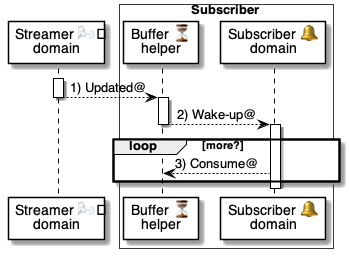
Above: 5 ⏩ Flows/78  🌬️⏩ Streamers/⚙️🌬️ Ingest.png in pollyweb-org/pollyweb-docs (PlantUML), before the change. Its source is kept beside it as 5 ⏩ Flows/78  🌬️⏩ Streamers/⚙️🌬️ Ingest.puml. The source it was exported from:
```plantuml
@startuml Subscribe

participant "Streamer 🌬️\ndomain" as streamer

box Subscriber #FFFFFF
    participant "Buffer ⏳\nhelper" as buffer
    participant "Subscriber 🔔\ndomain" as domain
end box


activate streamer
    streamer --> buffer: 1) Updated@
deactivate streamer

activate buffer
    buffer --> domain: 2) Wake-up@
deactivate buffer

activate domain

    loop more?
        domain --> buffer: 3) Consume@
    end loop

deactivate domain

@enduml
```
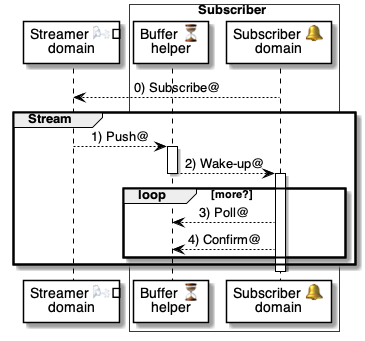
Later version of the same file.

Change to the diagram source:
```diff
@@ -7,20 +7,25 @@
     participant "Subscriber 🔔\ndomain" as domain
 end box
 
+    domain --> streamer: 0) Subscribe@
 
-activate streamer
-    streamer --> buffer: 1) Updated@
-deactivate streamer
+group Stream
 
-activate buffer
-    buffer --> domain: 2) Wake-up@
-deactivate buffer
+        streamer --> buffer: 1) Push@
 
-activate domain
+    activate buffer
+        buffer --> domain: 2) Wake-up@
+    deactivate buffer
 
-    loop more?
-        domain --> buffer: 3) Consume@
-    end loop
+    activate domain
+
+        loop more?
+            domain --> buffer: 3) Poll@
+            domain --> buffer: 4) Confirm@
+        end loop
+
+
+end group
 
 deactivate domain
 
```
